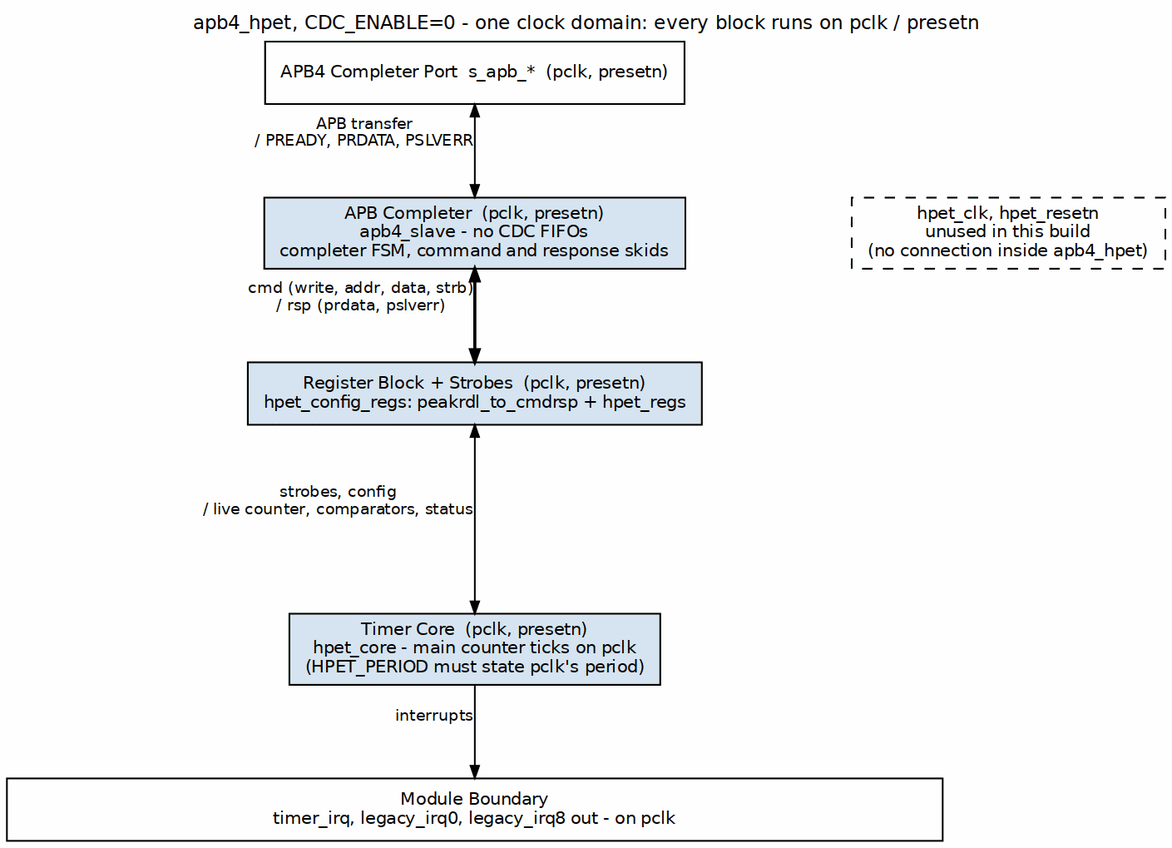
sean-galloway/RTLDesignSherpa keeps this Graphviz diagram as projects/components/legacy-ip/retro_legacy_blocks/docs/hpet_mas/assets/graphviz/hpet_clock_sync.png. Above is the earlier version. Its source is kept beside it as projects/components/legacy-ip/retro_legacy_blocks/docs/hpet_mas/assets/graphviz/hpet_clock_sync.dot.
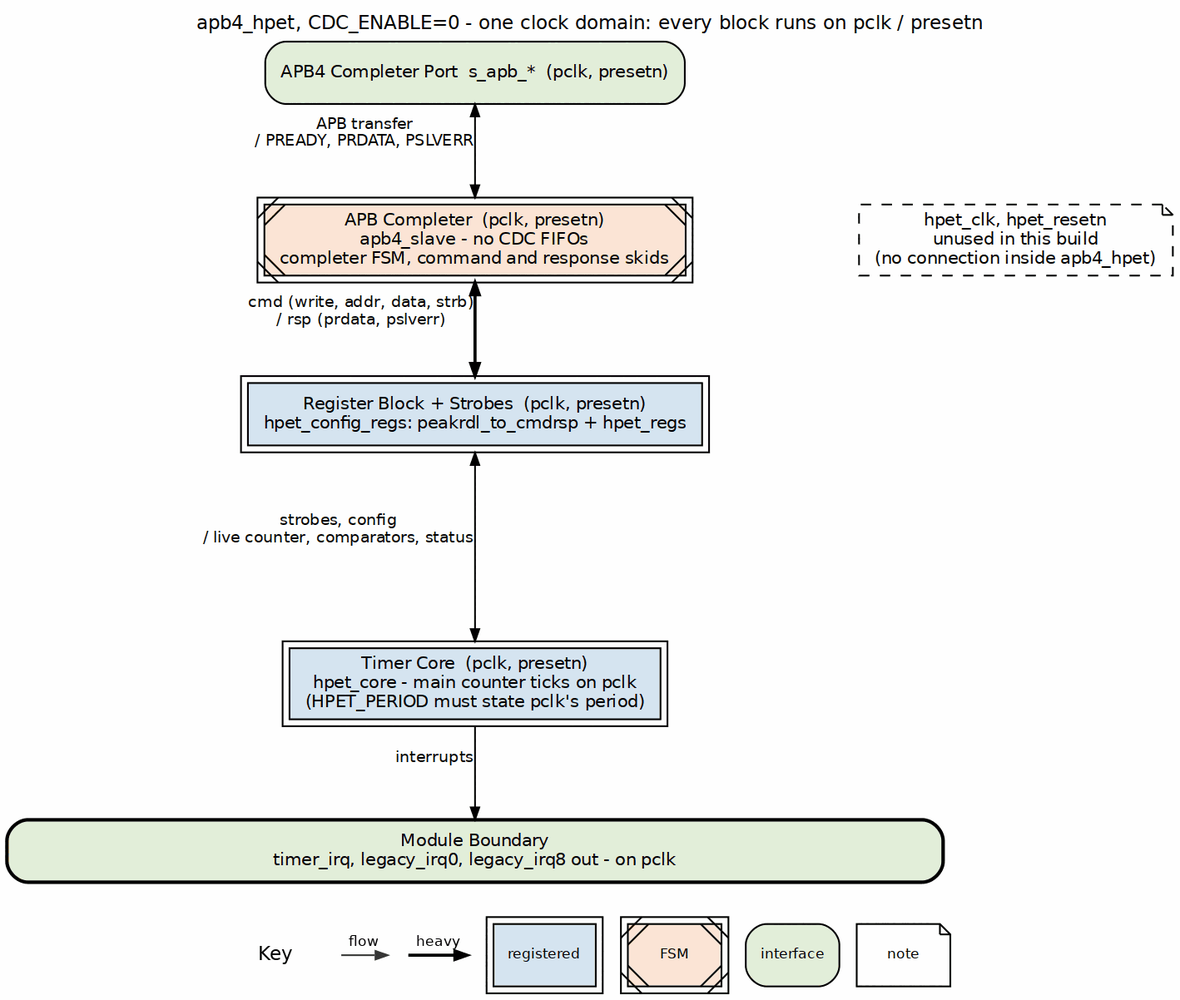
The same diagram one commit later.

What changed in the source:
```diff
@@ -3,15 +3,15 @@
            nodesep="0.45", ranksep="0.75", splines=ortho, newrank=true,
            label="apb4_hpet, CDC_ENABLE=0 - one clock domain: every block runs on pclk / presetn", labelloc=t, labeljust=c];
     node  [fontname="Helvetica", fontsize=10, shape=box, style=filled,
-           fillcolor="#D6E4F0", color="black", margin="0.12,0.06"];
+           fillcolor="white", color="black", margin="0.12,0.06"];
     edge  [fontname="Helvetica", fontsize=9, color="black", arrowsize=0.7];
 
-    apb  [label="APB4 Completer Port  s_apb_*  (pclk, presetn)", fillcolor="white"];
-    core [label="APB Completer  (pclk, presetn)\napb4_slave - no CDC FIFOs\ncompleter FSM, command and response skids"];
-    cfg  [label="Register Block + Strobes  (pclk, presetn)\nhpet_config_regs: peakrdl_to_cmdrsp + hpet_regs"];
-    hc   [label="Timer Core  (pclk, presetn)\nhpet_core - main counter ticks on pclk\n(HPET_PERIOD must state pclk's period)"];
-    bar  [label="Module Boundary\ntimer_irq, legacy_irq0, legacy_irq8 out - on pclk", fillcolor="white", width=7.5];
-    nc   [label="hpet_clk, hpet_resetn\nunused in this build\n(no connection inside apb4_hpet)", fillcolor="white", style="filled,dashed"];
+    apb  [label="APB4 Completer Port  s_apb_*  (pclk, presetn)", fillcolor="white", style="rounded,filled", fillcolor="#E2EFDA"];
+    core [label="APB Completer  (pclk, presetn)\napb4_slave - no CDC FIFOs\ncompleter FSM, command and response skids", peripheries=2, style="filled,diagonals", fillcolor="#FCE4D6"];
+    cfg  [label="Register Block + Strobes  (pclk, presetn)\nhpet_config_regs: peakrdl_to_cmdrsp + hpet_regs", peripheries=2, style="filled", fillcolor="#D6E4F0"];
+    hc   [label="Timer Core  (pclk, presetn)\nhpet_core - main counter ticks on pclk\n(HPET_PERIOD must state pclk's period)", peripheries=2, style="filled", fillcolor="#D6E4F0"];
+    bar  [label="Module Boundary\ntimer_irq, legacy_irq0, legacy_irq8 out - on pclk", fillcolor="white", width=7.5, style="rounded,filled,bold", fillcolor="#E2EFDA"];
+    nc   [label="hpet_clk, hpet_resetn\nunused in this build\n(no connection inside apb4_hpet)", fillcolor="white", style="filled,dashed", shape=note];
 
     apb  -> core [dir=both, xlabel="APB transfer\n/ PREADY, PRDATA, PSLVERR"];
     core -> cfg  [dir=both, penwidth=1.8, xlabel="cmd (write, addr, data, strb)\n/ rsp (prdata, pslverr)"];
```
